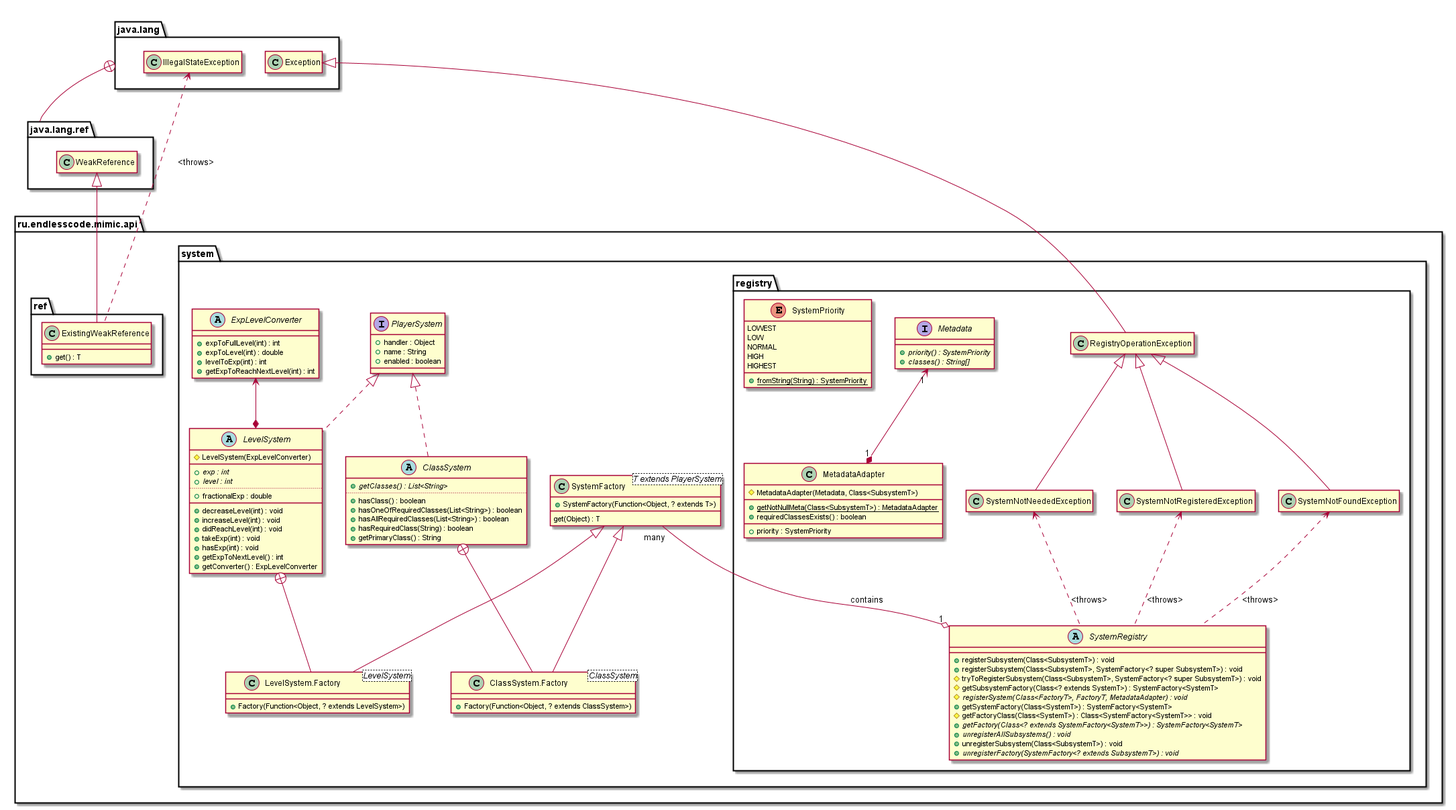
EndlessCodeGroup/Mimic keeps this PlantUML diagram as uml/classes/all.png. Above is the earlier version.
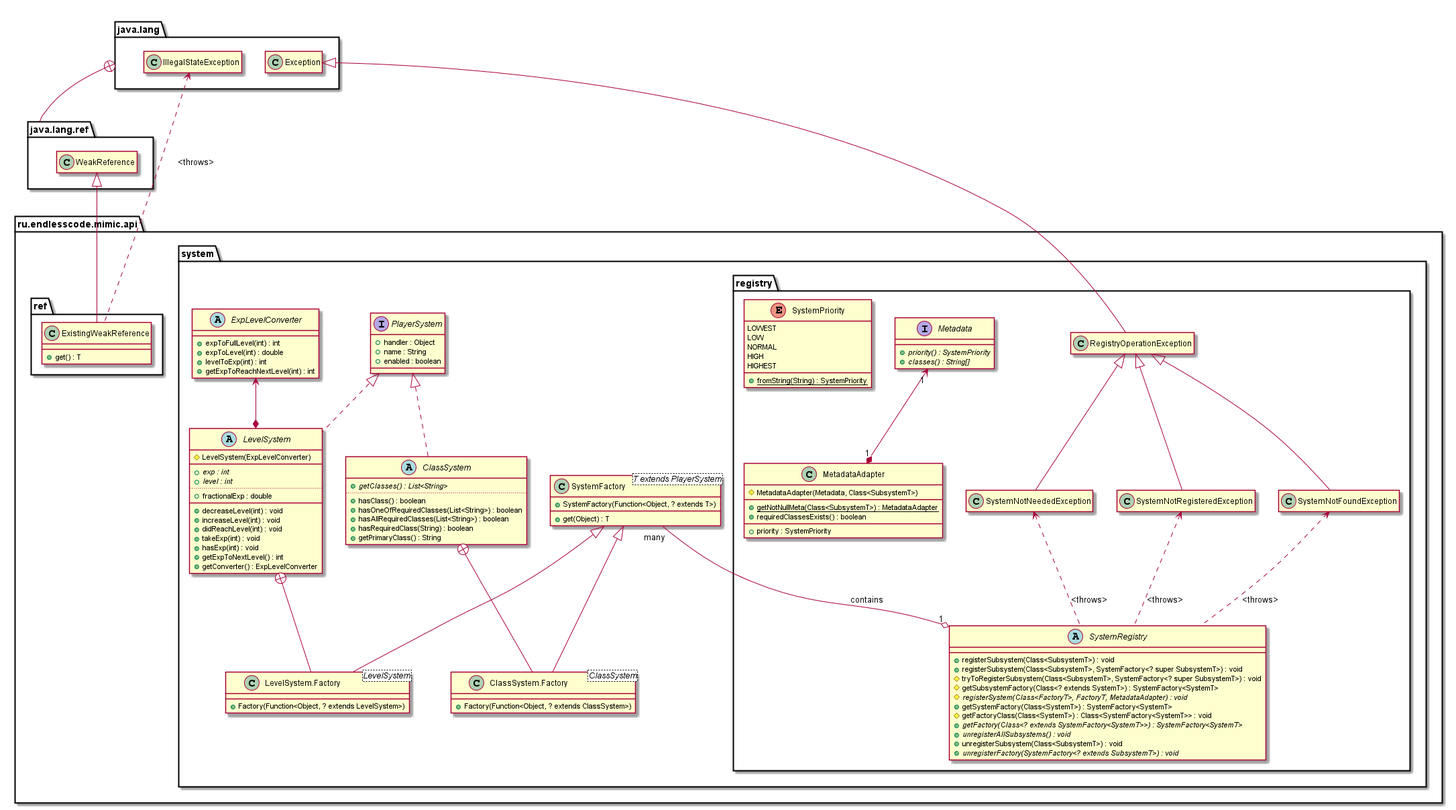
The same file after the commit.

Commit message:
Added missed members in UML diagrams

The edit, as a diff of the source:
```diff
@@ -45,7 +45,7 @@
     class SystemFactory<T extends PlayerSystem> {
         +SystemFactory(Function<Object, ? extends T>)
         __
-        get(Object) : T
+        +get(Object) : T
     }
 
     class ClassSystem.Factory<ClassSystem> extends SystemFactory {
```
